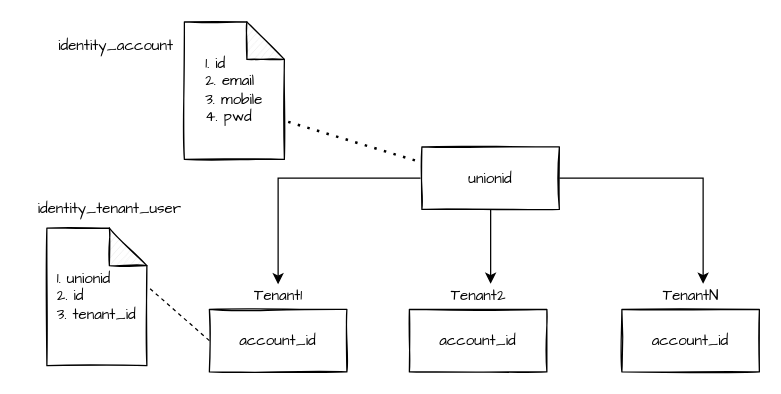
The draw.io diagram Multi-Tenants.drawio in yindongjun/gangzhang.github.io, before the edit. Source tidied: cells renumbered, new cells numbered last; positions are measured from the earlier drawing's top-left corner, leaving out a move shared by most shapes. Both pictures are drawn from the tidied source at 125%, with x=0, y=0 at pixel (21, 21).
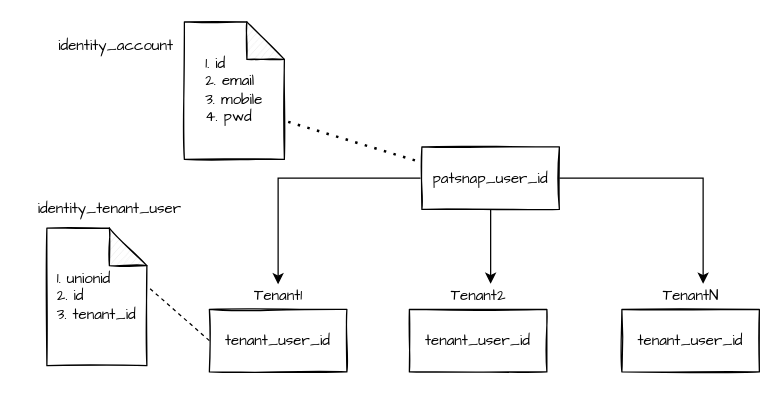
The same diagram, later.

Diff of the diagram source:
```diff
@@
 <mxGraphModel>
   <root>
     <mxCell id="0" />
     <mxCell id="1" parent="0" />
     <mxCell id="2" style="edgeStyle=orthogonalEdgeStyle;rounded=0;jettySize=auto;html=1;fontFamily=Comic Sans MS;" parent="1" edge="1" source="5" target="7">
       <mxGeometry relative="1" as="geometry" />
     </mxCell>
     <mxCell id="3" style="edgeStyle=orthogonalEdgeStyle;rounded=0;jettySize=auto;html=1;entryX=0.667;entryY=-0.025;entryDx=0;entryDy=0;entryPerimeter=0;fontFamily=Comic Sans MS;" parent="1" edge="1" source="5" target="9">
       <mxGeometry relative="1" as="geometry" />
     </mxCell>
     <mxCell id="4" style="edgeStyle=orthogonalEdgeStyle;rounded=0;jettySize=auto;html=1;entryX=0.667;entryY=-0.025;entryDx=0;entryDy=0;entryPerimeter=0;fontFamily=Comic Sans MS;" parent="1" edge="1" source="5" target="11">
       <mxGeometry relative="1" as="geometry" />
     </mxCell>
-    <mxCell id="5" value="&lt;font face=&quot;Comic Sans MS&quot;&gt;unionid&lt;/font&gt;" style="whiteSpace=wrap;html=1;sketch=1;" parent="1" vertex="1">
+    <mxCell id="5" value="&lt;font face=&quot;Comic Sans MS&quot;&gt;patsnap_user_id&lt;/font&gt;" style="whiteSpace=wrap;html=1;sketch=1;" parent="1" vertex="1">
       <mxGeometry x="320" y="100" width="110" height="50" as="geometry" />
     </mxCell>
-    <mxCell id="6" value="&lt;font face=&quot;Comic Sans MS&quot;&gt;account_id&lt;/font&gt;" style="whiteSpace=wrap;html=1;sketch=1;" parent="1" vertex="1">
+    <mxCell id="6" value="&lt;span style=&quot;font-family: &amp;quot;Comic Sans MS&amp;quot;;&quot;&gt;tenant_user&lt;/span&gt;&lt;font face=&quot;Comic Sans MS&quot;&gt;_id&lt;/font&gt;" style="whiteSpace=wrap;html=1;sketch=1;" parent="1" vertex="1">
       <mxGeometry x="150" y="230" width="110" height="50" as="geometry" />
     </mxCell>
     <mxCell id="7" value="Tenant1" style="text;html=1;align=center;verticalAlign=middle;points=[];strokeColor=none;fillColor=none;fontFamily=Comic Sans MS;" parent="1" vertex="1">
       <mxGeometry x="175" y="210" width="60" height="20" as="geometry" />
     </mxCell>
-    <mxCell id="8" value="&lt;font face=&quot;Comic Sans MS&quot;&gt;account_id&lt;/font&gt;" style="whiteSpace=wrap;html=1;sketch=1;" parent="1" vertex="1">
+    <mxCell id="8" value="&lt;span style=&quot;font-family: &amp;quot;Comic Sans MS&amp;quot;;&quot;&gt;tenant_user&lt;/span&gt;&lt;font face=&quot;Comic Sans MS&quot;&gt;_id&lt;/font&gt;" style="whiteSpace=wrap;html=1;sketch=1;" parent="1" vertex="1">
       <mxGeometry x="310" y="230" width="110" height="50" as="geometry" />
     </mxCell>
     <mxCell id="9" value="Tenant2" style="text;html=1;align=center;verticalAlign=middle;points=[];strokeColor=none;fillColor=none;fontFamily=Comic Sans MS;" parent="1" vertex="1">
       <mxGeometry x="335" y="210" width="60" height="20" as="geometry" />
     </mxCell>
-    <mxCell id="10" value="&lt;font face=&quot;Comic Sans MS&quot;&gt;account_id&lt;/font&gt;" style="whiteSpace=wrap;html=1;sketch=1;" parent="1" vertex="1">
+    <mxCell id="10" value="&lt;span style=&quot;font-family: &amp;quot;Comic Sans MS&amp;quot;;&quot;&gt;tenant_user&lt;/span&gt;&lt;font face=&quot;Comic Sans MS&quot;&gt;_id&lt;/font&gt;" style="whiteSpace=wrap;html=1;sketch=1;" parent="1" vertex="1">
       <mxGeometry x="480" y="230" width="110" height="50" as="geometry" />
     </mxCell>
     <mxCell id="11" value="TenantN" style="text;html=1;align=center;verticalAlign=middle;points=[];strokeColor=none;fillColor=none;fontFamily=Comic Sans MS;" parent="1" vertex="1">
       <mxGeometry x="505" y="210" width="60" height="20" as="geometry" />
     </mxCell>
     <mxCell id="12" value="&lt;div style=&quot;text-align: left;&quot;&gt;&lt;span style=&quot;background-color: initial;&quot;&gt;1. id&lt;/span&gt;&lt;/div&gt;&lt;div style=&quot;text-align: left;&quot;&gt;&lt;span style=&quot;background-color: initial;&quot;&gt;2. email&lt;/span&gt;&lt;/div&gt;&lt;div style=&quot;text-align: left;&quot;&gt;&lt;span style=&quot;background-color: initial;&quot;&gt;3. mobile&lt;/span&gt;&lt;/div&gt;&lt;div style=&quot;text-align: left;&quot;&gt;&lt;span style=&quot;background-color: initial;&quot;&gt;4. pwd&lt;/span&gt;&lt;/div&gt;" style="shape=note;whiteSpace=wrap;html=1;backgroundOutline=1;darkOpacity=0.05;sketch=1;fontFamily=Comic Sans MS;" parent="1" vertex="1">
       <mxGeometry x="130" width="80" height="110" as="geometry" />
     </mxCell>
     <mxCell id="13" value="&lt;div style=&quot;text-align: left;&quot;&gt;&lt;span style=&quot;background-color: initial;&quot;&gt;1.&amp;nbsp;&lt;/span&gt;&lt;span style=&quot;background-color: initial;&quot;&gt;unionid&lt;/span&gt;&lt;/div&gt;&lt;div style=&quot;text-align: left;&quot;&gt;&lt;span style=&quot;background-color: initial;&quot;&gt;2. id&lt;/span&gt;&lt;/div&gt;&lt;div style=&quot;text-align: left;&quot;&gt;&lt;span style=&quot;background-color: initial;&quot;&gt;3. tenant_id&lt;/span&gt;&lt;/div&gt;" style="shape=note;whiteSpace=wrap;html=1;backgroundOutline=1;darkOpacity=0.05;sketch=1;fontFamily=Comic Sans MS;" parent="1" vertex="1">
       <mxGeometry x="20" y="165" width="80" height="110" as="geometry" />
     </mxCell>
     <mxCell id="14" value="identity_account" style="text;html=1;align=center;verticalAlign=middle;strokeColor=none;fillColor=none;fontFamily=Comic Sans MS;" parent="1" vertex="1">
       <mxGeometry x="20" y="10" width="110" height="20" as="geometry" />
     </mxCell>
     <mxCell id="15" style="endArrow=none;dashed=1;html=1;dashPattern=1 3;strokeWidth=2;rounded=0;fontFamily=Comic Sans MS;entryX=0;entryY=0.25;entryDx=0;entryDy=0;exitX=1.038;exitY=0.727;exitDx=0;exitDy=0;exitPerimeter=0;" parent="1" edge="1" source="12" target="5">
       <mxGeometry relative="1" as="geometry" />
     </mxCell>
     <mxCell id="16" style="endArrow=none;dashed=1;html=1;rounded=0;fontFamily=Comic Sans MS;entryX=1.025;entryY=0.436;entryDx=0;entryDy=0;entryPerimeter=0;exitX=0;exitY=0.5;exitDx=0;exitDy=0;" parent="1" edge="1" source="6" target="13">
       <mxGeometry relative="1" as="geometry" />
     </mxCell>
     <mxCell id="17" value="identity_tenant_user" style="text;html=1;align=center;verticalAlign=middle;strokeColor=none;fillColor=none;fontFamily=Comic Sans MS;" parent="1" vertex="1">
       <mxGeometry y="140" width="140" height="20" as="geometry" />
     </mxCell>
   </root>
 </mxGraphModel>
```
